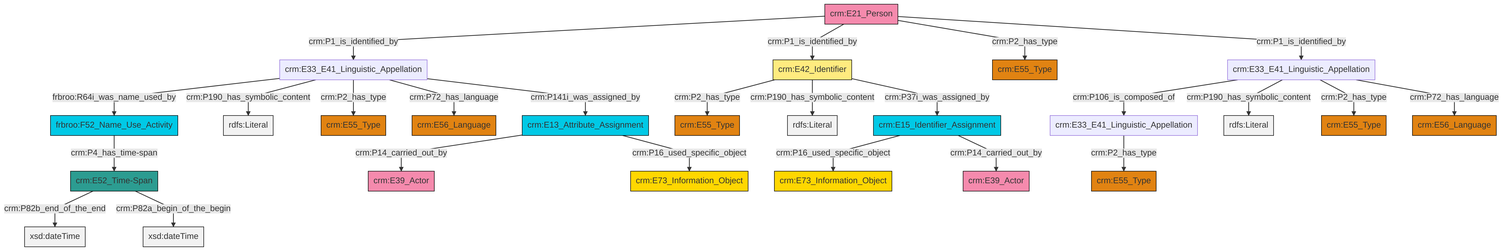
This is et/personCSV/ttl/mmd/png/Person_Names_and_Classification.png from swiss-art-research-net/docs.swissartresearch, a Mermaid export, as it was before one commit. Its source is kept beside it as et/personCSV/ttl/mmd/Person_Names_and_Classification.ttl.mmd.
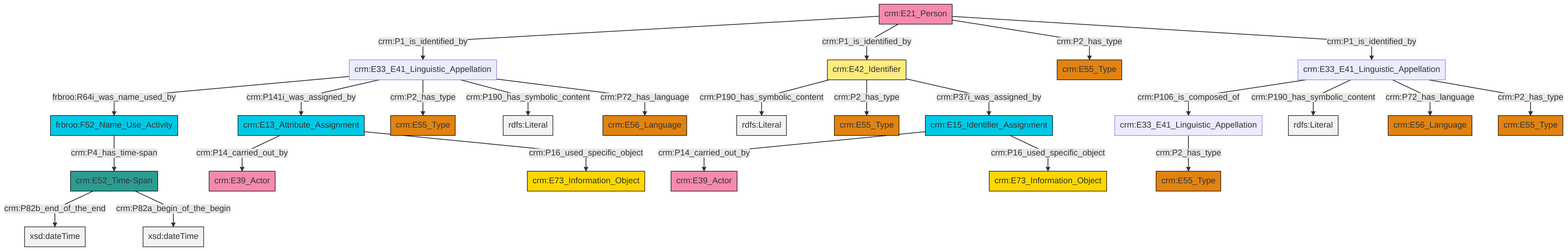
Later version of the same file.

Diff of the diagram source:
```diff
@@ -13,27 +13,27 @@
 classDef PC_Classes fill:#4ce600, stroke:#000000;
 classDef Multi fill:#cccccc,stroke:#000000;
 
-4["crm:E21_Person"]:::Actor -->|crm:P1_is_identified_by| 5["crm:E33_E41_Linguistic_Appellation"]:::Default
-5["crm:E33_E41_Linguistic_Appellation"]:::Default -->|frbroo:R64i_was_name_used_by| 10["frbroo:F52_Name_Use_Activity"]:::Temporal_Entity
-2["crm:E13_Attribute_Assignment"]:::Temporal_Entity -->|crm:P14_carried_out_by| 11["crm:E39_Actor"]:::Actor
-12["crm:E33_E41_Linguistic_Appellation"]:::Default -->|crm:P2_has_type| 13["crm:E55_Type"]:::Type
-14["crm:E42_Identifier"]:::Appellation -->|crm:P2_has_type| 15["crm:E55_Type"]:::Type
-8["crm:E15_Identifier_Assignment"]:::Temporal_Entity -->|crm:P16_used_specific_object| 16["crm:E73_Information_Object"]:::Conceptual_Object
-10["frbroo:F52_Name_Use_Activity"]:::Temporal_Entity -->|crm:P4_has_time-span| 0["crm:E52_Time-Span"]:::Time-Span
-25["crm:E33_E41_Linguistic_Appellation"]:::Default -->|crm:P106_is_composed_of| 12["crm:E33_E41_Linguistic_Appellation"]:::Default
-25["crm:E33_E41_Linguistic_Appellation"]:::Default -->|crm:P190_has_symbolic_content| 29[rdfs:Literal]:::Literal
-5["crm:E33_E41_Linguistic_Appellation"]:::Default -->|crm:P190_has_symbolic_content| 30[rdfs:Literal]:::Literal
-25["crm:E33_E41_Linguistic_Appellation"]:::Default -->|crm:P2_has_type| 27["crm:E55_Type"]:::Type
-14["crm:E42_Identifier"]:::Appellation -->|crm:P190_has_symbolic_content| 32[rdfs:Literal]:::Literal
-8["crm:E15_Identifier_Assignment"]:::Temporal_Entity -->|crm:P14_carried_out_by| 33["crm:E39_Actor"]:::Actor
-0["crm:E52_Time-Span"]:::Time-Span -->|crm:P82b_end_of_the_end| 34[xsd:dateTime]:::Literal
-5["crm:E33_E41_Linguistic_Appellation"]:::Default -->|crm:P2_has_type| 36["crm:E55_Type"]:::Type
-2["crm:E13_Attribute_Assignment"]:::Temporal_Entity -->|crm:P16_used_specific_object| 20["crm:E73_Information_Object"]:::Conceptual_Object
-5["crm:E33_E41_Linguistic_Appellation"]:::Default -->|crm:P72_has_language| 17["crm:E56_Language"]:::Type
-14["crm:E42_Identifier"]:::Appellation -->|crm:P37i_was_assigned_by| 8["crm:E15_Identifier_Assignment"]:::Temporal_Entity
-5["crm:E33_E41_Linguistic_Appellation"]:::Default -->|crm:P141i_was_assigned_by| 2["crm:E13_Attribute_Assignment"]:::Temporal_Entity
-4["crm:E21_Person"]:::Actor -->|crm:P1_is_identified_by| 14["crm:E42_Identifier"]:::Appellation
-25["crm:E33_E41_Linguistic_Appellation"]:::Default -->|crm:P72_has_language| 6["crm:E56_Language"]:::Type
-4["crm:E21_Person"]:::Actor -->|crm:P2_has_type| 23["crm:E55_Type"]:::Type
-4["crm:E21_Person"]:::Actor -->|crm:P1_is_identified_by| 25["crm:E33_E41_Linguistic_Appellation"]:::Default
-0["crm:E52_Time-Span"]:::Time-Span -->|crm:P82a_begin_of_the_begin| 46[xsd:dateTime]:::Literal
+2["crm:E21_Person"]:::Actor -->|crm:P1_is_identified_by| 0["crm:E33_E41_Linguistic_Appellation"]:::Default
+0["crm:E33_E41_Linguistic_Appellation"]:::Default -->|frbroo:R64i_was_name_used_by| 8["frbroo:F52_Name_Use_Activity"]:::Temporal_Entity
+0["crm:E33_E41_Linguistic_Appellation"]:::Default -->|crm:P141i_was_assigned_by| 9["crm:E13_Attribute_Assignment"]:::Temporal_Entity
+2["crm:E21_Person"]:::Actor -->|crm:P1_is_identified_by| 10["crm:E42_Identifier"]:::Appellation
+0["crm:E33_E41_Linguistic_Appellation"]:::Default -->|crm:P2_has_type| 11["crm:E55_Type"]:::Type
+2["crm:E21_Person"]:::Actor -->|crm:P2_has_type| 16["crm:E55_Type"]:::Type
+9["crm:E13_Attribute_Assignment"]:::Temporal_Entity -->|crm:P14_carried_out_by| 17["crm:E39_Actor"]:::Actor
+2["crm:E21_Person"]:::Actor -->|crm:P1_is_identified_by| 20["crm:E33_E41_Linguistic_Appellation"]:::Default
+21["crm:E33_E41_Linguistic_Appellation"]:::Default -->|crm:P2_has_type| 22["crm:E55_Type"]:::Type
+23["crm:E15_Identifier_Assignment"]:::Temporal_Entity -->|crm:P14_carried_out_by| 24["crm:E39_Actor"]:::Actor
+8["frbroo:F52_Name_Use_Activity"]:::Temporal_Entity -->|crm:P4_has_time-span| 25["crm:E52_Time-Span"]:::Time-Span
+20["crm:E33_E41_Linguistic_Appellation"]:::Default -->|crm:P106_is_composed_of| 21["crm:E33_E41_Linguistic_Appellation"]:::Default
+10["crm:E42_Identifier"]:::Appellation -->|crm:P190_has_symbolic_content| 27[rdfs:Literal]:::Literal
+23["crm:E15_Identifier_Assignment"]:::Temporal_Entity -->|crm:P16_used_specific_object| 6["crm:E73_Information_Object"]:::Conceptual_Object
+0["crm:E33_E41_Linguistic_Appellation"]:::Default -->|crm:P190_has_symbolic_content| 30[rdfs:Literal]:::Literal
+25["crm:E52_Time-Span"]:::Time-Span -->|crm:P82b_end_of_the_end| 31[xsd:dateTime]:::Literal
+9["crm:E13_Attribute_Assignment"]:::Temporal_Entity -->|crm:P16_used_specific_object| 4["crm:E73_Information_Object"]:::Conceptual_Object
+20["crm:E33_E41_Linguistic_Appellation"]:::Default -->|crm:P190_has_symbolic_content| 34[rdfs:Literal]:::Literal
+10["crm:E42_Identifier"]:::Appellation -->|crm:P2_has_type| 35["crm:E55_Type"]:::Type
+20["crm:E33_E41_Linguistic_Appellation"]:::Default -->|crm:P72_has_language| 18["crm:E56_Language"]:::Type
+25["crm:E52_Time-Span"]:::Time-Span -->|crm:P82a_begin_of_the_begin| 38[xsd:dateTime]:::Literal
+0["crm:E33_E41_Linguistic_Appellation"]:::Default -->|crm:P72_has_language| 40["crm:E56_Language"]:::Type
+20["crm:E33_E41_Linguistic_Appellation"]:::Default -->|crm:P2_has_type| 14["crm:E55_Type"]:::Type
+10["crm:E42_Identifier"]:::Appellation -->|crm:P37i_was_assigned_by| 23["crm:E15_Identifier_Assignment"]:::Temporal_Entity
```
